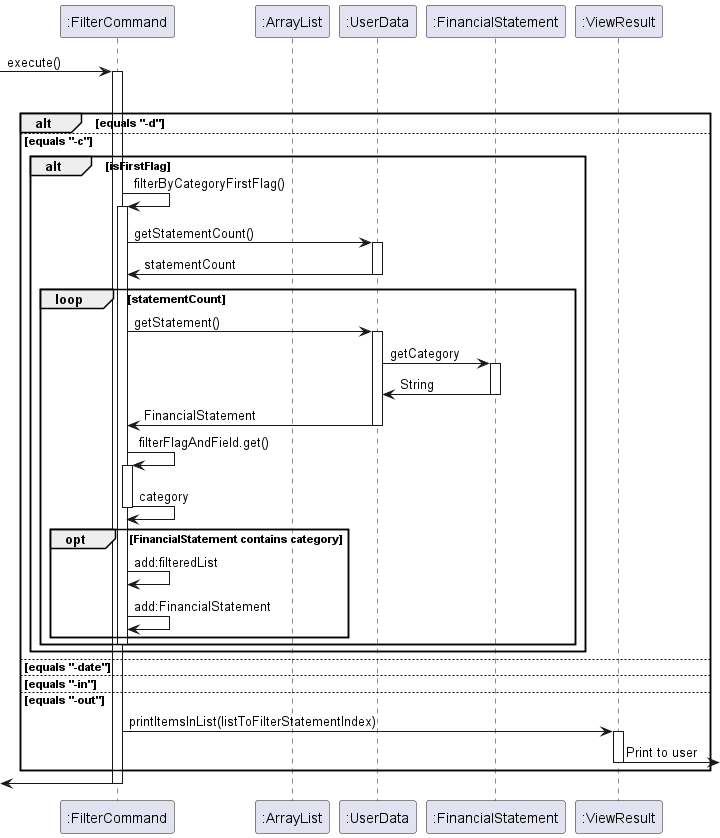
Above: docs/images/DeveloperGuide/FilterCommand.png in nus-cs2113-AY2223S2/tp (PlantUML), before the change.
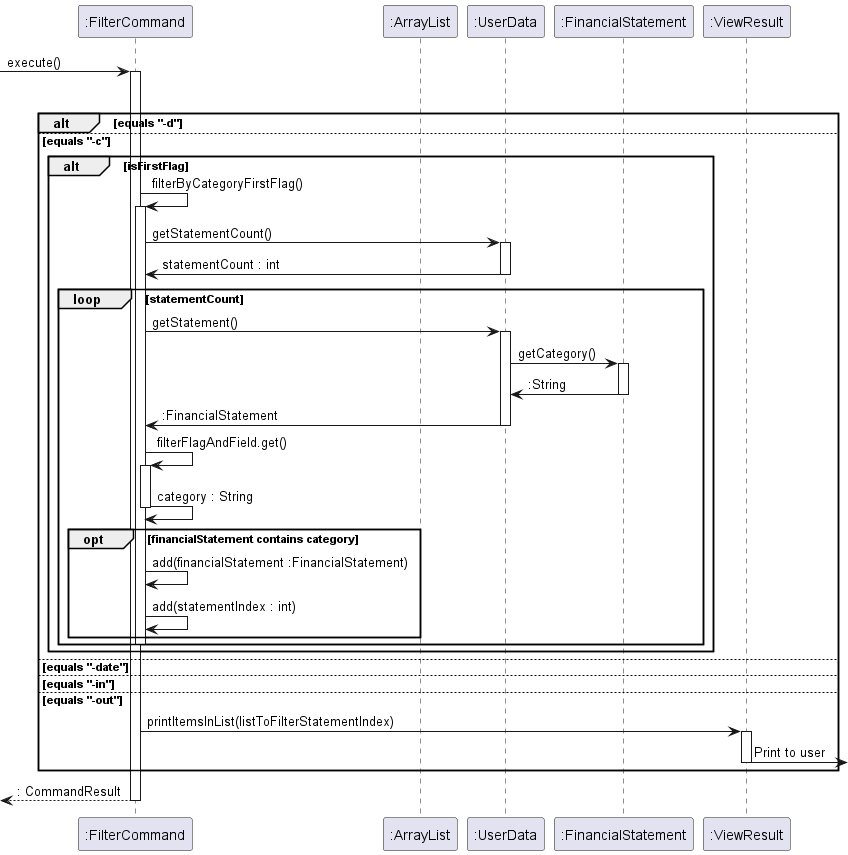
The same file after the commit.

Commit message:
Rectify FilterCommand diagram

Change to the diagram source:
```diff
@@ -19,27 +19,27 @@
             activate FilterCommand
             FilterCommand -> UserData :getStatementCount()
             activate UserData
-            UserData -> FilterCommand :statementCount
+            UserData -> FilterCommand :statementCount : int
             deactivate UserData
 
             loop statementCount
                 FilterCommand -> UserData : getStatement()
                 activate UserData
-                UserData -> FinancialStatement : getCategory
+                UserData -> FinancialStatement : getCategory()
                 activate FinancialStatement
-                FinancialStatement -> UserData : String
+                FinancialStatement -> UserData : :String
                 deactivate FinancialStatement
-                UserData -> FilterCommand : FinancialStatement
+                UserData -> FilterCommand : :FinancialStatement
                 deactivate UserData
 
                 FilterCommand -> FilterCommand : filterFlagAndField.get()
                 activate FilterCommand
-                FilterCommand -> FilterCommand : category
+                FilterCommand -> FilterCommand : category : String
                 deactivate FilterCommand
 
-                opt FinancialStatement contains category
-                    FilterCommand -> FilterCommand : add:filteredList
-                    FilterCommand -> FilterCommand : add:FinancialStatement
+                opt financialStatement contains category
+                    FilterCommand -> FilterCommand : add(financialStatement :FinancialStatement)
+                    FilterCommand -> FilterCommand : add(statementIndex : int)
                 end
                 deactivate FilterCommand
         end
@@ -55,7 +55,8 @@
 ViewResult -> :Print to user
 deactivate ViewResult
 end
-<- FilterCommand
+
+[<--FilterCommand : : CommandResult
 deactivate FilterCommand
 
 @enduml
```
